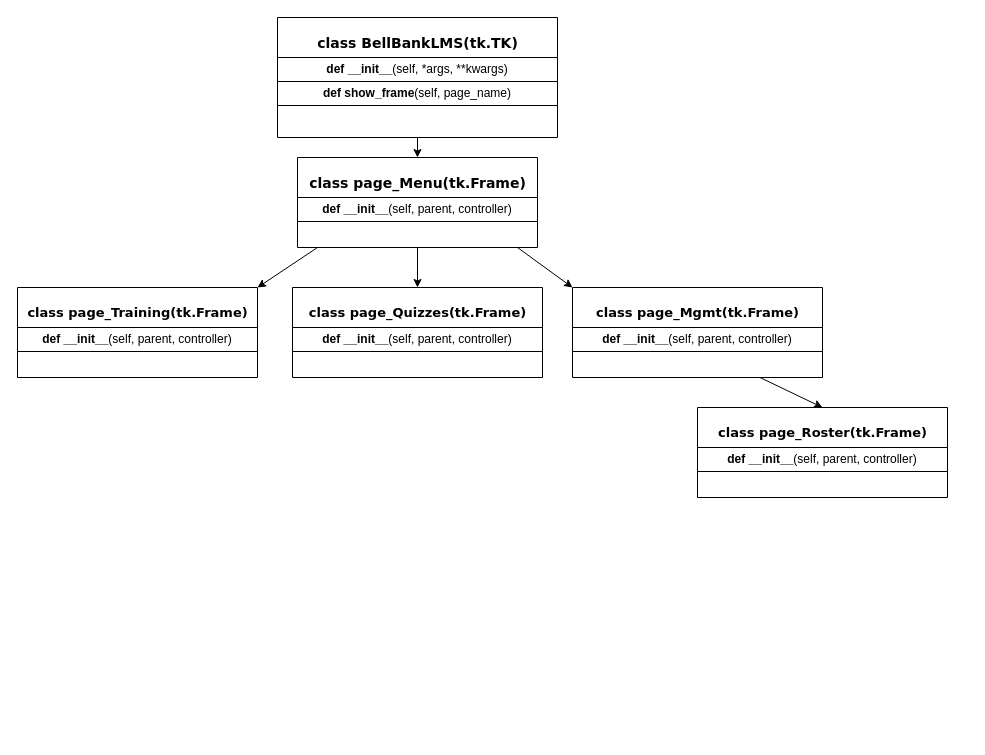
This is Untitled Diagram.drawio from Majestic95/BellBankLMS, a draw.io file, before an edit. Source tidied: cells renumbered, new cells numbered last; positions are measured from the earlier drawing's top-left corner, leaving out a move shared by most shapes. Both pictures are drawn from the tidied source at 100%, with x=0, y=0 at pixel (17, 17).
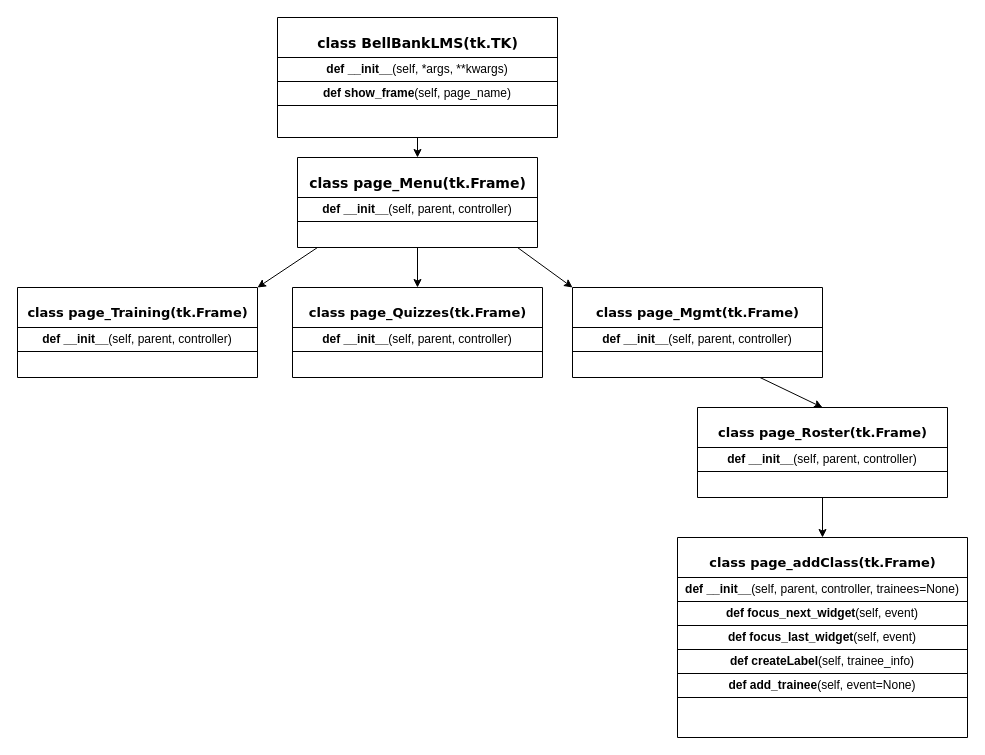
Above is the later version.

Unchanged cells that the change refers to:
```xml
<mxCell id="18" value="&lt;p&gt;&lt;font style=&quot;line-height: 100% ; font-size: 13px&quot;&gt;class page_Roster(tk.Frame)&lt;/font&gt;&lt;/p&gt;" style="swimlane;html=1;fontStyle=1;align=center;verticalAlign=top;horizontal=1;startSize=40;swimlaneFillColor=#ffffff;rounded=0;shadow=0;comic=0;labelBackgroundColor=none;strokeWidth=1;fillColor=none;fontFamily=Verdana;fontSize=12;" parent="1" vertex="1">
  <mxGeometry x="680" y="390" width="250" height="90" as="geometry" />
</mxCell>
```

Diff of the diagram source:
```diff
@@
+    <mxCell id="20" style="endArrow=classic;html=1;entryX=0.5;entryY=0;entryDx=0;entryDy=0;exitX=0.5;exitY=1;exitDx=0;exitDy=0;" parent="1" edge="1" source="18" target="21">
+      <mxGeometry relative="1" as="geometry" />
+    </mxCell>
+    <mxCell id="21" value="&lt;p&gt;&lt;font style=&quot;line-height: 100% ; font-size: 13px&quot;&gt;class page_addClass(tk.Frame)&lt;/font&gt;&lt;/p&gt;" style="swimlane;html=1;fontStyle=1;align=center;verticalAlign=top;horizontal=1;startSize=40;swimlaneFillColor=#ffffff;rounded=0;shadow=0;comic=0;labelBackgroundColor=none;strokeWidth=1;fillColor=none;fontFamily=Verdana;fontSize=12;" parent="1" vertex="1">
+      <mxGeometry x="660" y="520" width="290" height="200" as="geometry" />
+    </mxCell>
+    <mxCell id="22" value="&lt;b&gt;def __init__&lt;/b&gt;(self, parent, controller, trainees=None)" style="rounded=0;whiteSpace=wrap;html=1;" parent="21" vertex="1">
+      <mxGeometry y="40" width="290" height="24" as="geometry" />
+    </mxCell>
+    <mxCell id="23" value="&lt;b&gt;def focus_next_widget&lt;/b&gt;(self, event)" style="rounded=0;whiteSpace=wrap;html=1;" parent="21" vertex="1">
+      <mxGeometry y="64" width="290" height="24" as="geometry" />
+    </mxCell>
+    <mxCell id="24" value="&lt;b&gt;def focus_last_widget&lt;/b&gt;(self, event)" style="rounded=0;whiteSpace=wrap;html=1;" parent="21" vertex="1">
+      <mxGeometry y="88" width="290" height="24" as="geometry" />
+    </mxCell>
+    <mxCell id="25" value="&lt;b&gt;def&amp;nbsp;createLabel&lt;/b&gt;(self, trainee_info)" style="rounded=0;whiteSpace=wrap;html=1;" parent="21" vertex="1">
+      <mxGeometry y="112" width="290" height="24" as="geometry" />
+    </mxCell>
+    <mxCell id="26" value="&lt;b&gt;def add_trainee&lt;/b&gt;(self, event=None)" style="rounded=0;whiteSpace=wrap;html=1;" parent="21" vertex="1">
+      <mxGeometry y="136" width="290" height="24" as="geometry" />
+    </mxCell>
```
